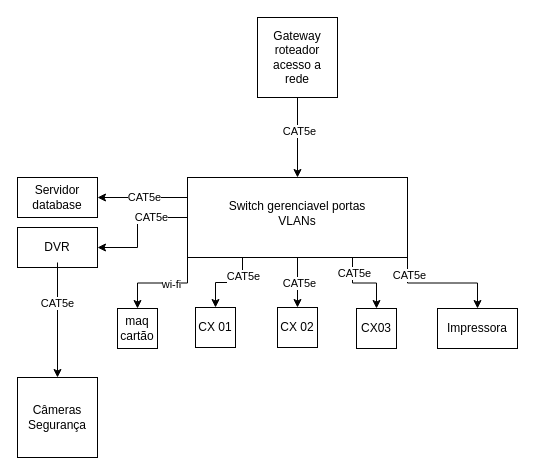
The draw.io diagram Diagrama sem nome.drawio in saulosilva743/unifecaf, before the edit. Source tidied: cells renumbered, new cells numbered last; positions are measured from the earlier drawing's top-left corner, leaving out a move shared by most shapes. Both pictures are drawn from the tidied source at 100%, with x=0, y=0 at pixel (17, 17).
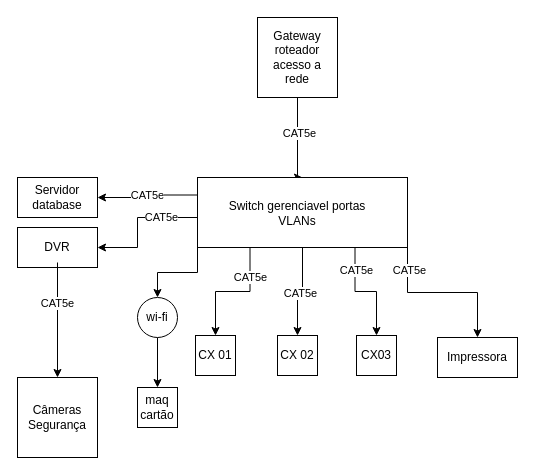
The same diagram, later.

Commit message:
conputer network 01

The change refers to these unchanged cells:
```xml
<mxCell id="4" style="whiteSpace=wrap;html=1;" parent="1" vertex="1">
  <mxGeometry x="240" width="80" height="80" as="geometry" />
</mxCell>
```

Diff of the diagram source:
```diff
@@
     <mxCell id="2" style="edgeStyle=orthogonalEdgeStyle;rounded=0;jettySize=auto;html=1;exitX=0.5;exitY=1;exitDx=0;exitDy=0;entryX=0.5;entryY=0;entryDx=0;entryDy=0;" parent="1" edge="1" source="4" target="20">
-      <mxGeometry relative="1" as="geometry" />
+      <mxGeometry relative="1" as="geometry">
+        <Array as="points">
+          <mxPoint x="280" y="160" />
+        </Array>
+      </mxGeometry>
     </mxCell>
@@
-    <mxCell id="18" style="edgeStyle=orthogonalEdgeStyle;rounded=0;jettySize=auto;html=1;exitX=0;exitY=1;exitDx=0;exitDy=0;entryX=0.5;entryY=0;entryDx=0;entryDy=0;" parent="1" edge="1" source="20" target="33">
-      <mxGeometry relative="1" as="geometry" />
-    </mxCell>
-    <mxCell id="19" value="wi-fi" style="edgeLabel;html=1;align=center;verticalAlign=middle;points=[];" parent="18" vertex="1">
-      <mxGeometry x="-0.15" y="1" relative="1" as="geometry">
-        <mxPoint x="1" as="offset" />
-      </mxGeometry>
-    </mxCell>
+    <mxCell id="34" style="edgeStyle=orthogonalEdgeStyle;rounded=0;jettySize=auto;html=1;exitX=0;exitY=1;exitDx=0;exitDy=0;" parent="1" edge="1" source="20" target="19">
+      <mxGeometry relative="1" as="geometry" />
+    </mxCell>
     <mxCell id="20" style="rounded=0;whiteSpace=wrap;html=1;" parent="1" vertex="1">
-      <mxGeometry x="170" y="160" width="220" height="80" as="geometry" />
+      <mxGeometry x="180" y="160" width="210" height="70" as="geometry" />
     </mxCell>
@@
     <mxCell id="25" value="Impressora" style="rounded=0;whiteSpace=wrap;html=1;" parent="1" vertex="1">
-      <mxGeometry x="420" y="291" width="80" height="40" as="geometry" />
+      <mxGeometry x="420" y="320" width="80" height="40" as="geometry" />
     </mxCell>
     <mxCell id="26" value="CX 01" style="rounded=0;whiteSpace=wrap;html=1;" parent="1" vertex="1">
-      <mxGeometry x="178" y="290" width="40" height="40" as="geometry" />
+      <mxGeometry x="178" y="318" width="40" height="40" as="geometry" />
     </mxCell>
@@
     <mxCell id="30" value="CX 02" style="rounded=0;whiteSpace=wrap;html=1;" parent="1" vertex="1">
-      <mxGeometry x="260" y="290" width="40" height="40" as="geometry" />
+      <mxGeometry x="260" y="318" width="40" height="40" as="geometry" />
     </mxCell>
     <mxCell id="31" value="CX03" style="rounded=0;whiteSpace=wrap;html=1;" parent="1" vertex="1">
-      <mxGeometry x="339" y="291" width="40" height="40" as="geometry" />
+      <mxGeometry x="339" y="318" width="40" height="40" as="geometry" />
     </mxCell>
@@
     <mxCell id="33" value="maq&lt;div&gt;cartão&lt;/div&gt;" style="rounded=0;whiteSpace=wrap;html=1;" parent="1" vertex="1">
-      <mxGeometry x="100" y="291" width="40" height="40" as="geometry" />
+      <mxGeometry x="120" y="370" width="40" height="40" as="geometry" />
     </mxCell>
+    <mxCell id="35" style="edgeStyle=orthogonalEdgeStyle;rounded=0;jettySize=auto;html=1;exitX=0.5;exitY=1;exitDx=0;exitDy=0;entryX=0.5;entryY=0;entryDx=0;entryDy=0;" parent="1" edge="1" source="19" target="33">
+      <mxGeometry relative="1" as="geometry" />
+    </mxCell>
+    <mxCell id="19" value="wi-fi" style="ellipse;whiteSpace=wrap;html=1;" parent="1" vertex="1">
+      <mxGeometry x="120" y="280" width="40" height="40" as="geometry" />
+    </mxCell>
```
